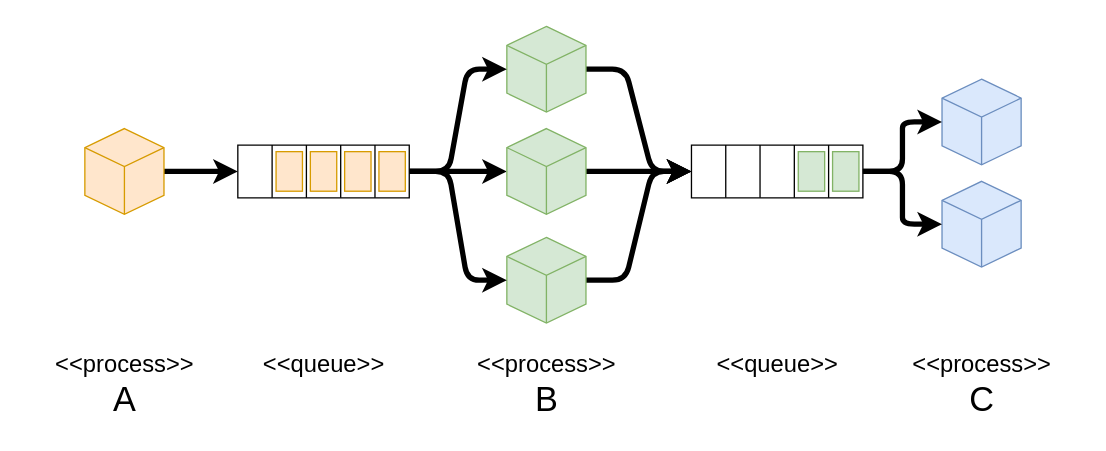
Earlier version of the draw.io export content/전산/공부/Pipe-and-Filter-by-Event-Driven.svg (reddiana/reddiana.github.io). Source tidied: cells renumbered, new cells last; positions are measured from the earlier drawing's top-left corner, leaving out a move shared by most shapes. Its diagram source:
```xml
<mxGraphModel background="#666666">
  <root>
    <mxCell id="0" />
    <mxCell id="1" parent="0" />
    <mxCell id="2" style="rounded=0;whiteSpace=wrap;html=1;fontFamily=Helvetica;fontSize=11;strokeColor=none;" parent="1" vertex="1">
      <mxGeometry width="790" height="320" as="geometry" />
    </mxCell>
    <mxCell id="3" style="edgeStyle=entityRelationEdgeStyle;rounded=1;html=1;labelBackgroundColor=default;strokeColor=default;align=center;verticalAlign=middle;fontFamily=Helvetica;fontSize=11;fontColor=default;endArrow=classic;strokeWidth=4;" parent="1" edge="1" source="4" target="17">
      <mxGeometry relative="1" as="geometry" />
    </mxCell>
    <mxCell id="4" style="shape=table;startSize=0;" parent="1" vertex="1">
      <mxGeometry x="156" y="100" width="130" height="40" as="geometry" />
    </mxCell>
    <mxCell id="5" style="shape=tableRow;horizontal=0;startSize=0;swimlaneHead=0;swimlaneBody=0;strokeColor=inherit;top=0;left=0;bottom=0;right=0;fillColor=none;points=[[0,0.5],[1,0.5]];portConstraint=eastwest;" parent="4" vertex="1">
      <mxGeometry width="130" height="40" as="geometry" />
    </mxCell>
    <mxCell id="6" style="shape=partialRectangle;html=1;whiteSpace=wrap;strokeColor=inherit;overflow=hidden;fillColor=none;top=0;left=0;bottom=0;right=0;" parent="5" vertex="1">
      <mxGeometry width="26" height="40" as="geometry" />
    </mxCell>
    <mxCell id="7" style="shape=partialRectangle;html=1;whiteSpace=wrap;strokeColor=inherit;overflow=hidden;fillColor=none;top=0;left=0;bottom=0;right=0;" parent="5" vertex="1">
      <mxGeometry x="26" width="26" height="40" as="geometry" />
    </mxCell>
    <mxCell id="8" style="shape=partialRectangle;html=1;whiteSpace=wrap;strokeColor=inherit;overflow=hidden;fillColor=none;top=0;left=0;bottom=0;right=0;" parent="5" vertex="1">
      <mxGeometry x="52" width="26" height="40" as="geometry" />
    </mxCell>
    <mxCell id="9" style="shape=partialRectangle;html=1;whiteSpace=wrap;strokeColor=inherit;overflow=hidden;fillColor=none;top=0;left=0;bottom=0;right=0;" parent="5" vertex="1">
      <mxGeometry x="78" width="26" height="40" as="geometry" />
    </mxCell>
    <mxCell id="10" style="shape=partialRectangle;html=1;whiteSpace=wrap;strokeColor=inherit;overflow=hidden;fillColor=none;top=0;left=0;bottom=0;right=0;" parent="5" vertex="1">
      <mxGeometry x="104" width="26" height="40" as="geometry" />
    </mxCell>
    <mxCell id="11" style="rounded=0;whiteSpace=wrap;html=1;fillColor=#ffe6cc;strokeColor=#d79b00;" parent="1" vertex="1">
      <mxGeometry x="211" y="105" width="20" height="30" as="geometry" />
    </mxCell>
    <mxCell id="12" style="rounded=0;whiteSpace=wrap;html=1;fillColor=#ffe6cc;strokeColor=#d79b00;" parent="1" vertex="1">
      <mxGeometry x="237" y="105" width="20" height="30" as="geometry" />
    </mxCell>
    <mxCell id="13" style="rounded=0;whiteSpace=wrap;html=1;fillColor=#ffe6cc;strokeColor=#d79b00;" parent="1" vertex="1">
      <mxGeometry x="263" y="105" width="20" height="30" as="geometry" />
    </mxCell>
    <mxCell id="14" style="edgeStyle=entityRelationEdgeStyle;shape=connector;rounded=1;html=1;labelBackgroundColor=default;strokeColor=default;strokeWidth=4;align=center;verticalAlign=middle;fontFamily=Helvetica;fontSize=11;fontColor=default;endArrow=classic;" parent="1" edge="1" source="15" target="23">
      <mxGeometry relative="1" as="geometry" />
    </mxCell>
    <mxCell id="15" style="html=1;whiteSpace=wrap;shape=isoCube2;backgroundOutline=1;isoAngle=15;fillColor=#d5e8d4;strokeColor=#82b366;" parent="1" vertex="1">
      <mxGeometry x="360" y="10" width="60" height="65" as="geometry" />
    </mxCell>
    <mxCell id="16" style="edgeStyle=entityRelationEdgeStyle;shape=connector;rounded=1;html=1;labelBackgroundColor=default;strokeColor=default;strokeWidth=4;align=center;verticalAlign=middle;fontFamily=Helvetica;fontSize=11;fontColor=default;endArrow=classic;" parent="1" edge="1" source="17" target="23">
      <mxGeometry relative="1" as="geometry" />
    </mxCell>
    <mxCell id="17" style="html=1;whiteSpace=wrap;shape=isoCube2;backgroundOutline=1;isoAngle=15;fillColor=#d5e8d4;strokeColor=#82b366;" parent="1" vertex="1">
      <mxGeometry x="360" y="87.5" width="60" height="65" as="geometry" />
    </mxCell>
    <mxCell id="18" style="edgeStyle=entityRelationEdgeStyle;shape=connector;rounded=1;html=1;labelBackgroundColor=default;strokeColor=default;strokeWidth=4;align=center;verticalAlign=middle;fontFamily=Helvetica;fontSize=11;fontColor=default;endArrow=classic;" parent="1" edge="1" source="19" target="23">
      <mxGeometry relative="1" as="geometry" />
    </mxCell>
    <mxCell id="19" style="html=1;whiteSpace=wrap;shape=isoCube2;backgroundOutline=1;isoAngle=15;fillColor=#d5e8d4;strokeColor=#82b366;" parent="1" vertex="1">
      <mxGeometry x="360" y="170" width="60" height="65" as="geometry" />
    </mxCell>
    <mxCell id="20" style="edgeStyle=entityRelationEdgeStyle;html=1;strokeWidth=4;" parent="1" edge="1" source="5" target="15">
      <mxGeometry relative="1" as="geometry" />
    </mxCell>
    <mxCell id="21" style="edgeStyle=entityRelationEdgeStyle;rounded=1;html=1;labelBackgroundColor=default;strokeColor=default;align=center;verticalAlign=middle;fontFamily=Helvetica;fontSize=11;fontColor=default;endArrow=classic;strokeWidth=4;" parent="1" edge="1" source="5" target="19">
      <mxGeometry relative="1" as="geometry" />
    </mxCell>
    <mxCell id="22" style="shape=table;startSize=0;" parent="1" vertex="1">
      <mxGeometry x="500" y="100" width="130" height="40" as="geometry" />
    </mxCell>
    <mxCell id="23" style="shape=tableRow;horizontal=0;startSize=0;swimlaneHead=0;swimlaneBody=0;strokeColor=inherit;top=0;left=0;bottom=0;right=0;fillColor=none;points=[[0,0.5],[1,0.5]];portConstraint=eastwest;" parent="22" vertex="1">
      <mxGeometry width="130" height="40" as="geometry" />
    </mxCell>
    <mxCell id="24" style="shape=partialRectangle;html=1;whiteSpace=wrap;strokeColor=inherit;overflow=hidden;fillColor=none;top=0;left=0;bottom=0;right=0;" parent="23" vertex="1">
      <mxGeometry width="26" height="40" as="geometry" />
    </mxCell>
    <mxCell id="25" style="shape=partialRectangle;html=1;whiteSpace=wrap;strokeColor=inherit;overflow=hidden;fillColor=none;top=0;left=0;bottom=0;right=0;" parent="23" vertex="1">
      <mxGeometry x="26" width="26" height="40" as="geometry" />
    </mxCell>
    <mxCell id="26" style="shape=partialRectangle;html=1;whiteSpace=wrap;strokeColor=inherit;overflow=hidden;fillColor=none;top=0;left=0;bottom=0;right=0;" parent="23" vertex="1">
      <mxGeometry x="52" width="26" height="40" as="geometry" />
    </mxCell>
    <mxCell id="27" style="shape=partialRectangle;html=1;whiteSpace=wrap;strokeColor=inherit;overflow=hidden;fillColor=none;top=0;left=0;bottom=0;right=0;" parent="23" vertex="1">
      <mxGeometry x="78" width="26" height="40" as="geometry" />
    </mxCell>
    <mxCell id="28" style="shape=partialRectangle;html=1;whiteSpace=wrap;strokeColor=inherit;overflow=hidden;fillColor=none;top=0;left=0;bottom=0;right=0;" parent="23" vertex="1">
      <mxGeometry x="104" width="26" height="40" as="geometry" />
    </mxCell>
    <mxCell id="29" style="rounded=0;whiteSpace=wrap;html=1;fillColor=#d5e8d4;strokeColor=#82b366;" parent="1" vertex="1">
      <mxGeometry x="581" y="105" width="20" height="30" as="geometry" />
    </mxCell>
    <mxCell id="30" style="rounded=0;whiteSpace=wrap;html=1;fillColor=#d5e8d4;strokeColor=#82b366;" parent="1" vertex="1">
      <mxGeometry x="607" y="105" width="20" height="30" as="geometry" />
    </mxCell>
    <mxCell id="31" style="edgeStyle=entityRelationEdgeStyle;shape=connector;rounded=1;html=1;labelBackgroundColor=default;strokeColor=default;strokeWidth=4;align=center;verticalAlign=middle;fontFamily=Helvetica;fontSize=11;fontColor=default;endArrow=classic;" parent="1" edge="1" source="32" target="5">
      <mxGeometry relative="1" as="geometry" />
    </mxCell>
    <mxCell id="32" style="html=1;whiteSpace=wrap;shape=isoCube2;backgroundOutline=1;isoAngle=15;fillColor=#ffe6cc;strokeColor=#d79b00;" parent="1" vertex="1">
      <mxGeometry x="40" y="87.5" width="60" height="65" as="geometry" />
    </mxCell>
    <mxCell id="33" style="html=1;whiteSpace=wrap;shape=isoCube2;backgroundOutline=1;isoAngle=15;fillColor=#dae8fc;strokeColor=#6c8ebf;" parent="1" vertex="1">
      <mxGeometry x="690" y="50" width="60" height="65" as="geometry" />
    </mxCell>
    <mxCell id="34" style="html=1;whiteSpace=wrap;shape=isoCube2;backgroundOutline=1;isoAngle=15;fillColor=#dae8fc;strokeColor=#6c8ebf;" parent="1" vertex="1">
      <mxGeometry x="690" y="127.5" width="60" height="65" as="geometry" />
    </mxCell>
    <mxCell id="35" style="edgeStyle=entityRelationEdgeStyle;shape=connector;rounded=1;html=1;labelBackgroundColor=default;strokeColor=default;strokeWidth=4;align=center;verticalAlign=middle;fontFamily=Helvetica;fontSize=11;fontColor=default;endArrow=classic;" parent="1" edge="1" source="23" target="33">
      <mxGeometry relative="1" as="geometry" />
    </mxCell>
    <mxCell id="36" style="edgeStyle=entityRelationEdgeStyle;shape=connector;rounded=1;html=1;labelBackgroundColor=default;strokeColor=default;strokeWidth=4;align=center;verticalAlign=middle;fontFamily=Helvetica;fontSize=11;fontColor=default;endArrow=classic;" parent="1" edge="1" source="23" target="34">
      <mxGeometry relative="1" as="geometry" />
    </mxCell>
    <mxCell id="37" value="&lt;font style=&quot;scrollbar-width: thin; scrollbar-color: rgb(238, 238, 238) rgb(251, 251, 251); color: rgb(0, 0, 0); font-family: Helvetica; font-style: normal; font-variant-ligatures: normal; font-variant-caps: normal; font-weight: 400; letter-spacing: normal; orphans: 2; text-indent: 0px; text-transform: none; widows: 2; word-spacing: 0px; -webkit-text-stroke-width: 0px; background-color: rgb(255, 255, 255); text-decoration-thickness: initial; text-decoration-style: initial; text-decoration-color: initial; font-size: 18px;&quot;&gt;&amp;lt;&amp;lt;process&amp;gt;&amp;gt;&lt;br style=&quot;scrollbar-width: thin; scrollbar-color: rgb(238, 238, 238) rgb(251, 251, 251);&quot;&gt;&lt;/font&gt;&lt;span style=&quot;color: rgb(0, 0, 0); font-family: Helvetica; font-size: 26px; font-style: normal; font-variant-ligatures: normal; font-variant-caps: normal; font-weight: 400; letter-spacing: normal; orphans: 2; text-indent: 0px; text-transform: none; widows: 2; word-spacing: 0px; -webkit-text-stroke-width: 0px; background-color: rgb(255, 255, 255); text-decoration-thickness: initial; text-decoration-style: initial; text-decoration-color: initial; float: none; display: inline !important;&quot;&gt;A&lt;/span&gt;" style="text;whiteSpace=wrap;html=1;fontSize=11;fontFamily=Helvetica;fontColor=default;verticalAlign=middle;align=center;" parent="1" vertex="1">
      <mxGeometry y="242" width="140" height="80" as="geometry" />
    </mxCell>
    <mxCell id="38" value="&lt;font style=&quot;scrollbar-width: thin; scrollbar-color: rgb(238, 238, 238) rgb(251, 251, 251); color: rgb(0, 0, 0); font-family: Helvetica; font-style: normal; font-variant-ligatures: normal; font-variant-caps: normal; font-weight: 400; letter-spacing: normal; orphans: 2; text-indent: 0px; text-transform: none; widows: 2; word-spacing: 0px; -webkit-text-stroke-width: 0px; background-color: rgb(255, 255, 255); text-decoration-thickness: initial; text-decoration-style: initial; text-decoration-color: initial; font-size: 18px;&quot;&gt;&amp;lt;&amp;lt;process&amp;gt;&amp;gt;&lt;br style=&quot;scrollbar-width: thin; scrollbar-color: rgb(238, 238, 238) rgb(251, 251, 251);&quot;&gt;&lt;/font&gt;&lt;span style=&quot;font-size: 26px;&quot;&gt;B&lt;/span&gt;" style="text;whiteSpace=wrap;html=1;fontSize=11;fontFamily=Helvetica;fontColor=default;verticalAlign=middle;align=center;" parent="1" vertex="1">
      <mxGeometry x="320" y="242" width="140" height="80" as="geometry" />
    </mxCell>
    <mxCell id="39" value="&lt;font style=&quot;scrollbar-width: thin; scrollbar-color: rgb(238, 238, 238) rgb(251, 251, 251); color: rgb(0, 0, 0); font-family: Helvetica; font-style: normal; font-variant-ligatures: normal; font-variant-caps: normal; font-weight: 400; letter-spacing: normal; orphans: 2; text-indent: 0px; text-transform: none; widows: 2; word-spacing: 0px; -webkit-text-stroke-width: 0px; background-color: rgb(255, 255, 255); text-decoration-thickness: initial; text-decoration-style: initial; text-decoration-color: initial; font-size: 18px;&quot;&gt;&amp;lt;&amp;lt;process&amp;gt;&amp;gt;&lt;br style=&quot;scrollbar-width: thin; scrollbar-color: rgb(238, 238, 238) rgb(251, 251, 251);&quot;&gt;&lt;/font&gt;&lt;span style=&quot;font-size: 26px;&quot;&gt;C&lt;/span&gt;" style="text;whiteSpace=wrap;html=1;fontSize=11;fontFamily=Helvetica;fontColor=default;verticalAlign=middle;align=center;" parent="1" vertex="1">
      <mxGeometry x="650" y="242" width="140" height="80" as="geometry" />
    </mxCell>
    <mxCell id="40" value="&lt;font style=&quot;scrollbar-width: thin; scrollbar-color: rgb(238, 238, 238) rgb(251, 251, 251); color: rgb(0, 0, 0); font-family: Helvetica; font-style: normal; font-variant-ligatures: normal; font-variant-caps: normal; font-weight: 400; letter-spacing: normal; orphans: 2; text-indent: 0px; text-transform: none; widows: 2; word-spacing: 0px; -webkit-text-stroke-width: 0px; background-color: rgb(255, 255, 255); text-decoration-thickness: initial; text-decoration-style: initial; text-decoration-color: initial; font-size: 18px;&quot;&gt;&amp;lt;&amp;lt;queue&amp;gt;&amp;gt;&lt;br style=&quot;scrollbar-width: thin; scrollbar-color: rgb(238, 238, 238) rgb(251, 251, 251);&quot;&gt;&lt;/font&gt;&lt;span style=&quot;font-size: 26px;&quot;&gt;&amp;nbsp;&lt;/span&gt;" style="text;whiteSpace=wrap;html=1;fontSize=11;fontFamily=Helvetica;fontColor=default;verticalAlign=middle;align=center;" parent="1" vertex="1">
      <mxGeometry x="151" y="242" width="140" height="80" as="geometry" />
    </mxCell>
    <mxCell id="41" value="&lt;font style=&quot;scrollbar-width: thin; scrollbar-color: rgb(238, 238, 238) rgb(251, 251, 251); color: rgb(0, 0, 0); font-family: Helvetica; font-style: normal; font-variant-ligatures: normal; font-variant-caps: normal; font-weight: 400; letter-spacing: normal; orphans: 2; text-indent: 0px; text-transform: none; widows: 2; word-spacing: 0px; -webkit-text-stroke-width: 0px; background-color: rgb(255, 255, 255); text-decoration-thickness: initial; text-decoration-style: initial; text-decoration-color: initial; font-size: 18px;&quot;&gt;&amp;lt;&amp;lt;queue&amp;gt;&amp;gt;&lt;br style=&quot;scrollbar-width: thin; scrollbar-color: rgb(238, 238, 238) rgb(251, 251, 251);&quot;&gt;&lt;/font&gt;&lt;span style=&quot;font-size: 26px;&quot;&gt;&amp;nbsp;&lt;/span&gt;" style="text;whiteSpace=wrap;html=1;fontSize=11;fontFamily=Helvetica;fontColor=default;verticalAlign=middle;align=center;" parent="1" vertex="1">
      <mxGeometry x="495" y="242" width="140" height="80" as="geometry" />
    </mxCell>
    <mxCell id="42" style="rounded=0;whiteSpace=wrap;html=1;fillColor=#ffe6cc;strokeColor=#d79b00;" parent="1" vertex="1">
      <mxGeometry x="185" y="105" width="20" height="30" as="geometry" />
    </mxCell>
  </root>
</mxGraphModel>
```
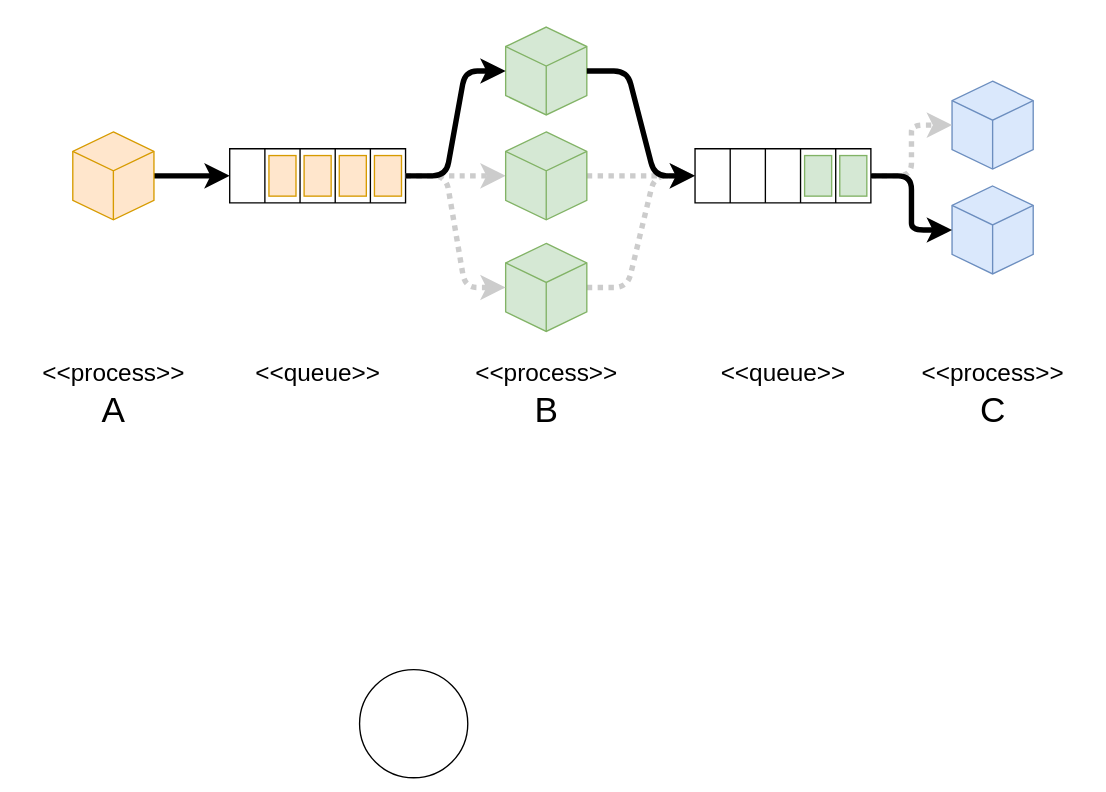
Later version of the same file.

Change to the diagram source:
```diff
@@ -5,7 +5,7 @@
     <mxCell id="2" style="rounded=0;whiteSpace=wrap;html=1;fontFamily=Helvetica;fontSize=11;strokeColor=none;" parent="1" vertex="1">
       <mxGeometry width="790" height="320" as="geometry" />
     </mxCell>
-    <mxCell id="3" style="edgeStyle=entityRelationEdgeStyle;rounded=1;html=1;labelBackgroundColor=default;strokeColor=default;align=center;verticalAlign=middle;fontFamily=Helvetica;fontSize=11;fontColor=default;endArrow=classic;strokeWidth=4;" parent="1" edge="1" source="4" target="17">
+    <mxCell id="3" style="edgeStyle=entityRelationEdgeStyle;rounded=1;html=1;labelBackgroundColor=default;strokeColor=#CCCCCC;align=center;verticalAlign=middle;fontFamily=Helvetica;fontSize=11;fontColor=default;endArrow=classic;strokeWidth=4;fillColor=#d5e8d4;dashed=1;dashPattern=1 1;" parent="1" edge="1" source="4" target="17">
       <mxGeometry relative="1" as="geometry" />
     </mxCell>
     <mxCell id="4" style="shape=table;startSize=0;" parent="1" vertex="1">
@@ -38,28 +38,22 @@
     <mxCell id="13" style="rounded=0;whiteSpace=wrap;html=1;fillColor=#ffe6cc;strokeColor=#d79b00;" parent="1" vertex="1">
       <mxGeometry x="263" y="105" width="20" height="30" as="geometry" />
     </mxCell>
-    <mxCell id="14" style="edgeStyle=entityRelationEdgeStyle;shape=connector;rounded=1;html=1;labelBackgroundColor=default;strokeColor=default;strokeWidth=4;align=center;verticalAlign=middle;fontFamily=Helvetica;fontSize=11;fontColor=default;endArrow=classic;" parent="1" edge="1" source="15" target="23">
-      <mxGeometry relative="1" as="geometry" />
-    </mxCell>
     <mxCell id="15" style="html=1;whiteSpace=wrap;shape=isoCube2;backgroundOutline=1;isoAngle=15;fillColor=#d5e8d4;strokeColor=#82b366;" parent="1" vertex="1">
       <mxGeometry x="360" y="10" width="60" height="65" as="geometry" />
     </mxCell>
-    <mxCell id="16" style="edgeStyle=entityRelationEdgeStyle;shape=connector;rounded=1;html=1;labelBackgroundColor=default;strokeColor=default;strokeWidth=4;align=center;verticalAlign=middle;fontFamily=Helvetica;fontSize=11;fontColor=default;endArrow=classic;" parent="1" edge="1" source="17" target="23">
+    <mxCell id="16" style="edgeStyle=entityRelationEdgeStyle;shape=connector;rounded=1;html=1;labelBackgroundColor=default;strokeColor=#CCCCCC;strokeWidth=4;align=center;verticalAlign=middle;fontFamily=Helvetica;fontSize=11;fontColor=default;endArrow=classic;fillColor=#d5e8d4;dashed=1;dashPattern=1 1;" parent="1" edge="1" source="17" target="23">
       <mxGeometry relative="1" as="geometry" />
     </mxCell>
     <mxCell id="17" style="html=1;whiteSpace=wrap;shape=isoCube2;backgroundOutline=1;isoAngle=15;fillColor=#d5e8d4;strokeColor=#82b366;" parent="1" vertex="1">
       <mxGeometry x="360" y="87.5" width="60" height="65" as="geometry" />
     </mxCell>
-    <mxCell id="18" style="edgeStyle=entityRelationEdgeStyle;shape=connector;rounded=1;html=1;labelBackgroundColor=default;strokeColor=default;strokeWidth=4;align=center;verticalAlign=middle;fontFamily=Helvetica;fontSize=11;fontColor=default;endArrow=classic;" parent="1" edge="1" source="19" target="23">
+    <mxCell id="18" style="edgeStyle=entityRelationEdgeStyle;shape=connector;rounded=1;html=1;labelBackgroundColor=default;strokeColor=#CCCCCC;strokeWidth=4;align=center;verticalAlign=middle;fontFamily=Helvetica;fontSize=11;fontColor=default;endArrow=classic;fillColor=#d5e8d4;dashed=1;dashPattern=1 1;" parent="1" edge="1" source="19" target="23">
       <mxGeometry relative="1" as="geometry" />
     </mxCell>
     <mxCell id="19" style="html=1;whiteSpace=wrap;shape=isoCube2;backgroundOutline=1;isoAngle=15;fillColor=#d5e8d4;strokeColor=#82b366;" parent="1" vertex="1">
       <mxGeometry x="360" y="170" width="60" height="65" as="geometry" />
     </mxCell>
-    <mxCell id="20" style="edgeStyle=entityRelationEdgeStyle;html=1;strokeWidth=4;" parent="1" edge="1" source="5" target="15">
-      <mxGeometry relative="1" as="geometry" />
-    </mxCell>
-    <mxCell id="21" style="edgeStyle=entityRelationEdgeStyle;rounded=1;html=1;labelBackgroundColor=default;strokeColor=default;align=center;verticalAlign=middle;fontFamily=Helvetica;fontSize=11;fontColor=default;endArrow=classic;strokeWidth=4;" parent="1" edge="1" source="5" target="19">
+    <mxCell id="21" style="edgeStyle=entityRelationEdgeStyle;rounded=1;html=1;labelBackgroundColor=default;strokeColor=#CCCCCC;align=center;verticalAlign=middle;fontFamily=Helvetica;fontSize=11;fontColor=default;endArrow=classic;strokeWidth=4;fillColor=#d5e8d4;dashed=1;dashPattern=1 1;" parent="1" edge="1" source="5" target="19">
       <mxGeometry relative="1" as="geometry" />
     </mxCell>
     <mxCell id="22" style="shape=table;startSize=0;" parent="1" vertex="1">
@@ -101,7 +95,7 @@
     <mxCell id="34" style="html=1;whiteSpace=wrap;shape=isoCube2;backgroundOutline=1;isoAngle=15;fillColor=#dae8fc;strokeColor=#6c8ebf;" parent="1" vertex="1">
       <mxGeometry x="690" y="127.5" width="60" height="65" as="geometry" />
     </mxCell>
-    <mxCell id="35" style="edgeStyle=entityRelationEdgeStyle;shape=connector;rounded=1;html=1;labelBackgroundColor=default;strokeColor=default;strokeWidth=4;align=center;verticalAlign=middle;fontFamily=Helvetica;fontSize=11;fontColor=default;endArrow=classic;" parent="1" edge="1" source="23" target="33">
+    <mxCell id="35" style="edgeStyle=entityRelationEdgeStyle;shape=connector;rounded=1;html=1;labelBackgroundColor=default;strokeColor=#CCCCCC;strokeWidth=4;align=center;verticalAlign=middle;fontFamily=Helvetica;fontSize=11;fontColor=default;endArrow=classic;fillColor=#d5e8d4;dashed=1;dashPattern=1 1;" parent="1" edge="1" source="23" target="33">
       <mxGeometry relative="1" as="geometry" />
     </mxCell>
     <mxCell id="36" style="edgeStyle=entityRelationEdgeStyle;shape=connector;rounded=1;html=1;labelBackgroundColor=default;strokeColor=default;strokeWidth=4;align=center;verticalAlign=middle;fontFamily=Helvetica;fontSize=11;fontColor=default;endArrow=classic;" parent="1" edge="1" source="23" target="34">
@@ -125,5 +119,14 @@
     <mxCell id="42" style="rounded=0;whiteSpace=wrap;html=1;fillColor=#ffe6cc;strokeColor=#d79b00;" parent="1" vertex="1">
       <mxGeometry x="185" y="105" width="20" height="30" as="geometry" />
     </mxCell>
+    <mxCell id="14" style="edgeStyle=entityRelationEdgeStyle;shape=connector;rounded=1;html=1;labelBackgroundColor=default;strokeColor=default;strokeWidth=4;align=center;verticalAlign=middle;fontFamily=Helvetica;fontSize=11;fontColor=default;endArrow=classic;" parent="1" edge="1" source="15" target="23">
+      <mxGeometry relative="1" as="geometry" />
+    </mxCell>
+    <mxCell id="20" style="edgeStyle=entityRelationEdgeStyle;html=1;strokeWidth=4;" parent="1" edge="1" source="5" target="15">
+      <mxGeometry relative="1" as="geometry" />
+    </mxCell>
+    <mxCell id="43" style="ellipse;whiteSpace=wrap;html=1;" parent="1" vertex="1">
+      <mxGeometry x="252" y="485" width="80" height="80" as="geometry" />
+    </mxCell>
   </root>
 </mxGraphModel>
```
